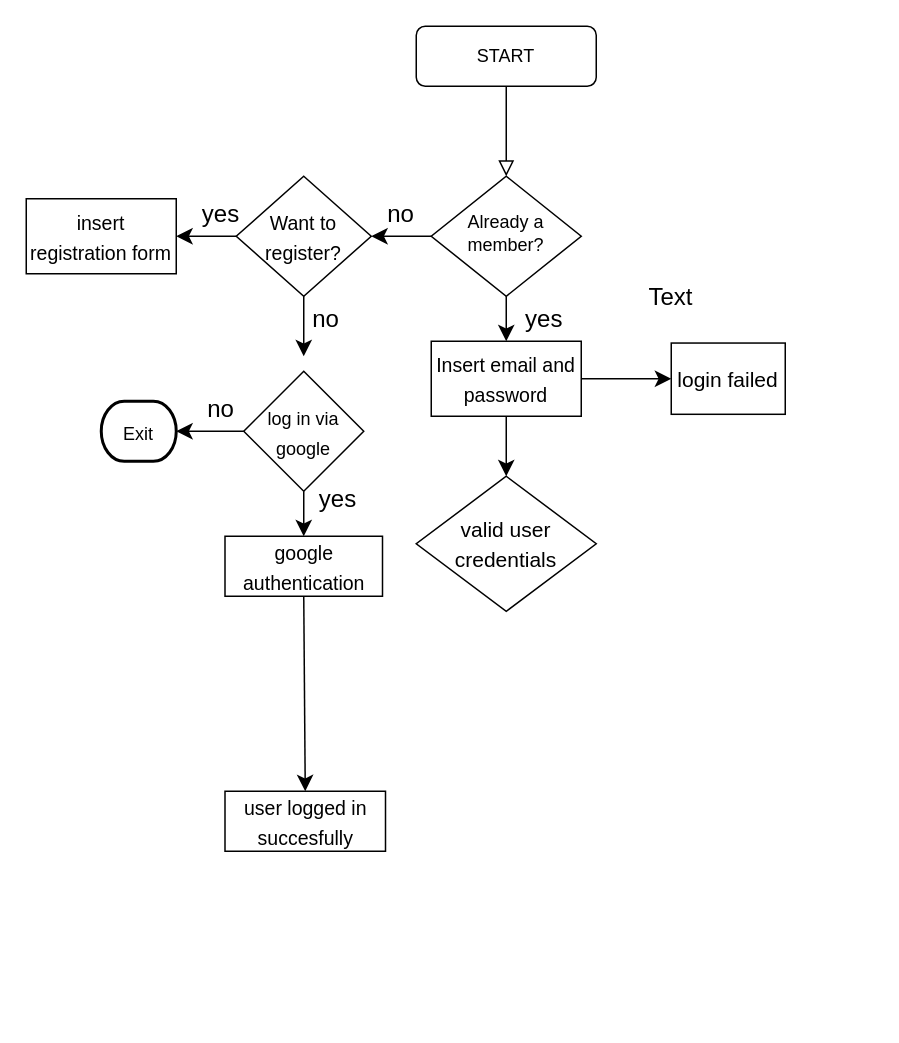
The draw.io diagram page "m1" (1 of 4) of Untitled Diagram.drawio in daus7768/desktop-tutorial, before the edit. Source tidied: cells renumbered, new cells numbered last; positions are measured from the earlier drawing's top-left corner, leaving out a move shared by most shapes. Both pictures are drawn from the tidied source at 150%, with x=0, y=0 at pixel (26, 26).
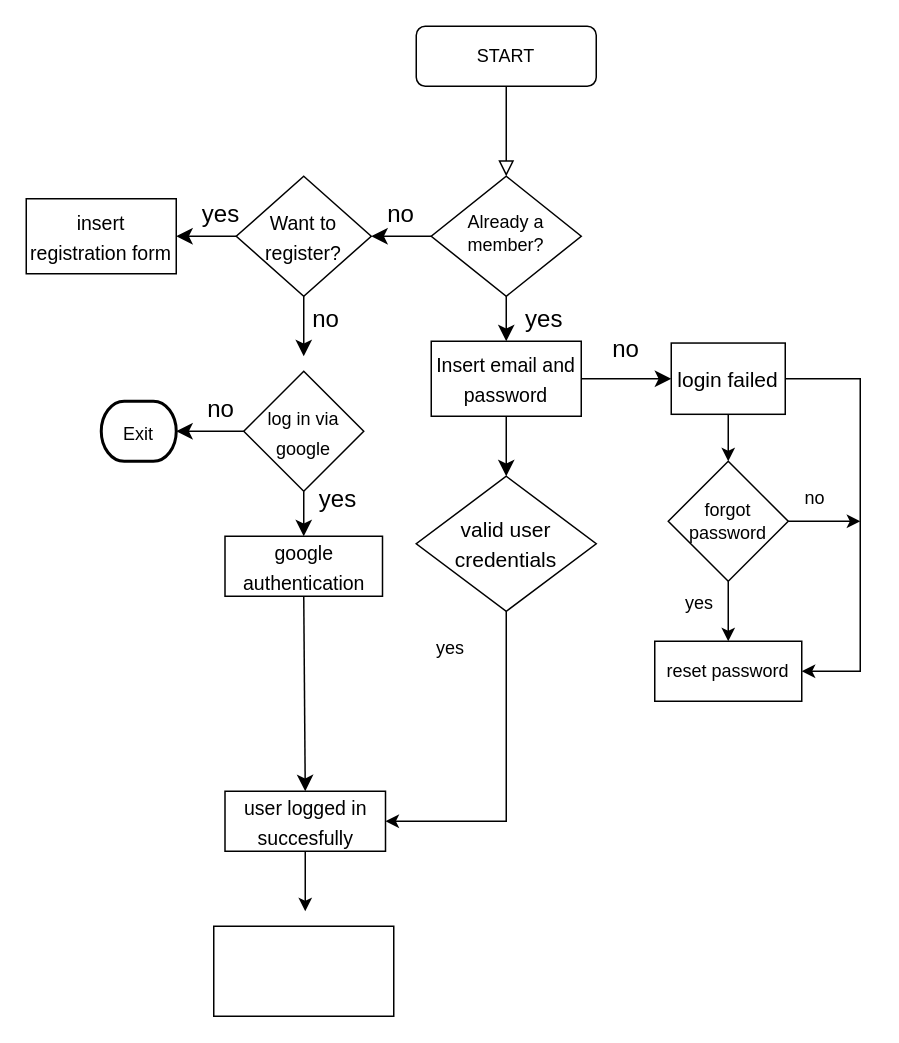
After the change.

The change refers to these unchanged cells:
```xml
<mxCell id="24" value="&lt;font style=&quot;font-size: 13px;&quot;&gt;user logged in succesfully&lt;/font&gt;" style="rounded=0;whiteSpace=wrap;html=1;fontSize=16;" parent="1" vertex="1">
  <mxGeometry x="132.5" y="510" width="107" height="40" as="geometry" />
</mxCell>
<mxCell id="28" value="&lt;font style=&quot;font-size: 14px;&quot;&gt;login failed&lt;/font&gt;" style="rounded=0;whiteSpace=wrap;html=1;fontSize=16;" parent="1" vertex="1">
  <mxGeometry x="430" y="211.2" width="76" height="47.5" as="geometry" />
</mxCell>
<mxCell id="29" value="&lt;font style=&quot;font-size: 14px;&quot;&gt;valid user credentials&lt;/font&gt;" style="rhombus;whiteSpace=wrap;html=1;fontSize=16;" parent="1" vertex="1">
  <mxGeometry x="260" y="300" width="120" height="90" as="geometry" />
</mxCell>
```

What changed in the source:
```diff
@@
+    <mxCell id="31" style="edgeStyle=orthogonalEdgeStyle;rounded=0;jettySize=auto;html=1;exitX=0.5;exitY=1;exitDx=0;exitDy=0;" parent="1" edge="1" source="24">
+      <mxGeometry relative="1" as="geometry">
+        <mxPoint x="186" y="590" as="targetPoint" />
+      </mxGeometry>
+    </mxCell>
@@
+    <mxCell id="32" style="edgeStyle=orthogonalEdgeStyle;rounded=0;jettySize=auto;html=1;exitX=0.5;exitY=1;exitDx=0;exitDy=0;" parent="1" edge="1" source="28">
+      <mxGeometry relative="1" as="geometry">
+        <mxPoint x="468" y="290" as="targetPoint" />
+      </mxGeometry>
+    </mxCell>
+    <mxCell id="33" style="edgeStyle=orthogonalEdgeStyle;rounded=0;jettySize=auto;html=1;exitX=1;exitY=0.5;exitDx=0;exitDy=0;entryX=1;entryY=0.5;entryDx=0;entryDy=0;" parent="1" edge="1" source="28" target="39">
+      <mxGeometry relative="1" as="geometry">
+        <Array as="points">
+          <mxPoint x="556" y="235" />
+          <mxPoint x="556" y="430" />
+        </Array>
+      </mxGeometry>
+    </mxCell>
@@
+    <mxCell id="34" style="edgeStyle=orthogonalEdgeStyle;rounded=0;jettySize=auto;html=1;exitX=0.5;exitY=1;exitDx=0;exitDy=0;entryX=1;entryY=0.5;entryDx=0;entryDy=0;" parent="1" edge="1" source="29" target="24">
+      <mxGeometry relative="1" as="geometry" />
+    </mxCell>
@@
-    <mxCell id="30" value="Text" style="text;html=1;strokeColor=none;fillColor=none;align=center;verticalAlign=middle;whiteSpace=wrap;rounded=0;fontSize=16;" parent="1" vertex="1">
-      <mxGeometry x="400" y="165" width="60" height="30" as="geometry" />
+    <mxCell id="30" value="no" style="text;html=1;strokeColor=none;fillColor=none;align=center;verticalAlign=middle;whiteSpace=wrap;rounded=0;fontSize=16;" parent="1" vertex="1">
+      <mxGeometry x="370" y="200" width="60" height="30" as="geometry" />
     </mxCell>
+    <mxCell id="35" value="yes" style="text;html=1;strokeColor=none;fillColor=none;align=center;verticalAlign=middle;whiteSpace=wrap;rounded=0;" parent="1" vertex="1">
+      <mxGeometry x="253" y="400" width="60" height="30" as="geometry" />
+    </mxCell>
+    <mxCell id="36" style="edgeStyle=orthogonalEdgeStyle;rounded=0;jettySize=auto;html=1;exitX=0.5;exitY=1;exitDx=0;exitDy=0;entryX=0.5;entryY=0;entryDx=0;entryDy=0;" parent="1" edge="1" source="38" target="39">
+      <mxGeometry relative="1" as="geometry" />
+    </mxCell>
+    <mxCell id="37" style="edgeStyle=orthogonalEdgeStyle;rounded=0;jettySize=auto;html=1;exitX=1;exitY=0.5;exitDx=0;exitDy=0;" parent="1" edge="1" source="38">
+      <mxGeometry relative="1" as="geometry">
+        <mxPoint x="556" y="330" as="targetPoint" />
+      </mxGeometry>
+    </mxCell>
+    <mxCell id="38" value="forgot password" style="rhombus;whiteSpace=wrap;html=1;" parent="1" vertex="1">
+      <mxGeometry x="428" y="290" width="80" height="80" as="geometry" />
+    </mxCell>
+    <mxCell id="39" value="reset password" style="rounded=0;whiteSpace=wrap;html=1;" parent="1" vertex="1">
+      <mxGeometry x="419" y="410" width="98" height="40" as="geometry" />
+    </mxCell>
+    <mxCell id="40" value="yes" style="text;html=1;strokeColor=none;fillColor=none;align=center;verticalAlign=middle;whiteSpace=wrap;rounded=0;" parent="1" vertex="1">
+      <mxGeometry x="419" y="370" width="60" height="30" as="geometry" />
+    </mxCell>
+    <mxCell id="41" value="no" style="text;html=1;strokeColor=none;fillColor=none;align=center;verticalAlign=middle;whiteSpace=wrap;rounded=0;" parent="1" vertex="1">
+      <mxGeometry x="496" y="300" width="60" height="30" as="geometry" />
+    </mxCell>
+    <mxCell id="42" style="rounded=0;whiteSpace=wrap;html=1;" parent="1" vertex="1">
+      <mxGeometry x="125" y="600" width="120" height="60" as="geometry" />
+    </mxCell>
```
